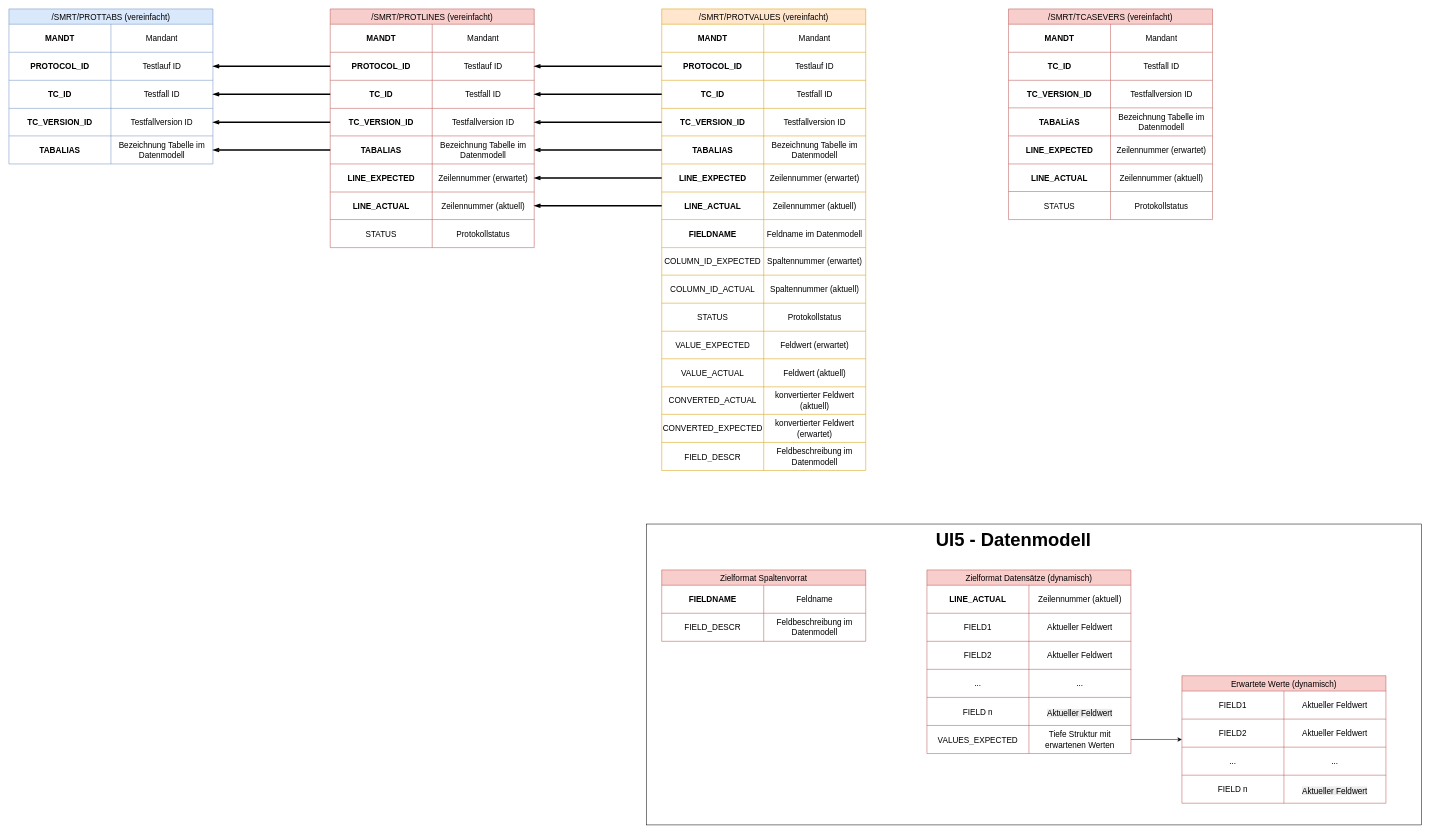
Earlier version of the draw.io diagram Strukturierte Ansicht DatenModell.drawio (Raaphaaa/UI5-Playground). Source tidied: cells renumbered, new cells numbered last; positions are measured from the earlier drawing's top-left corner, leaving out a move shared by most shapes. Both pictures are drawn from the tidied source at 51%, with x=0, y=0 at pixel (9, 9).
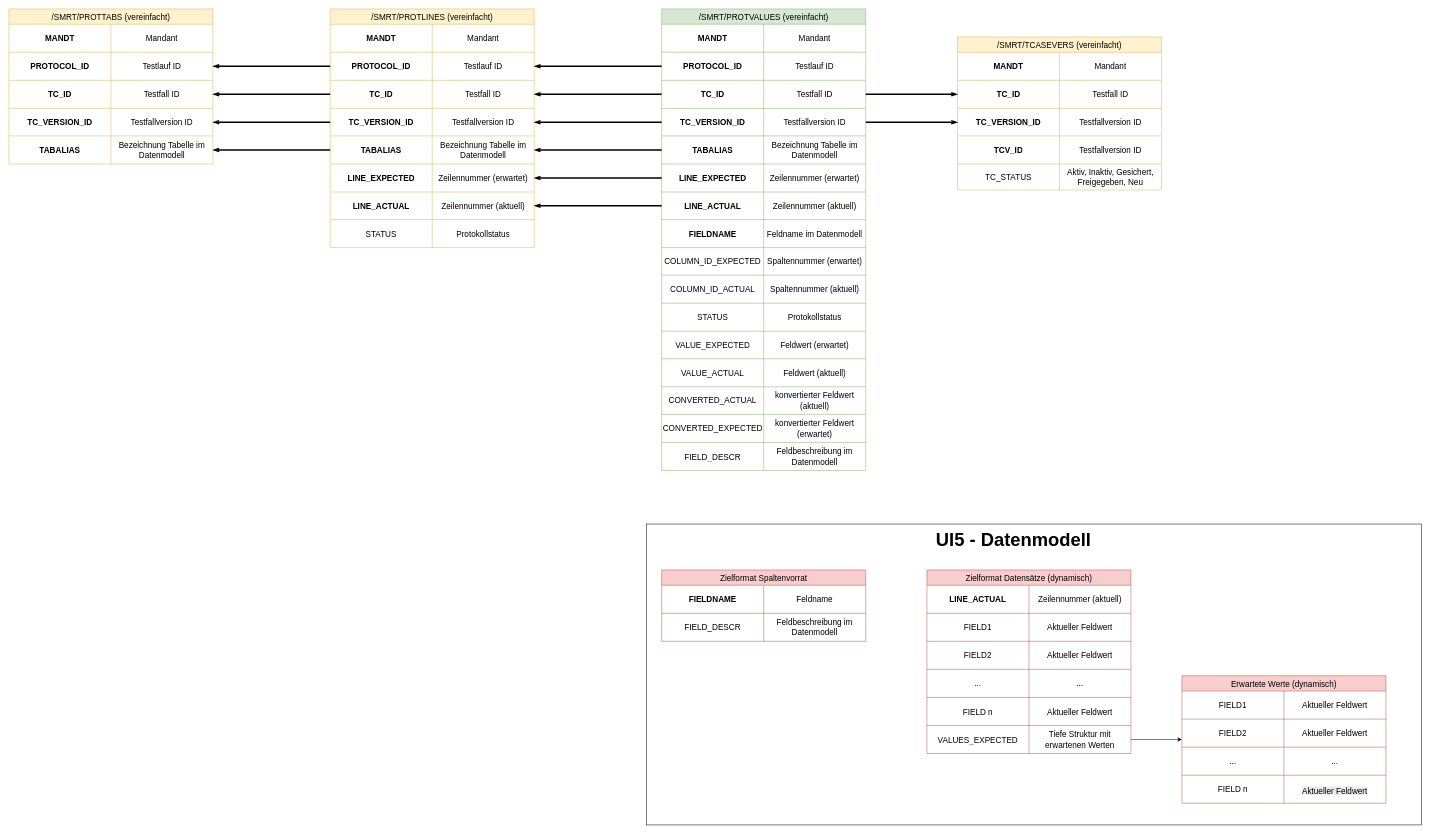
Above is the later version.

The change refers to these unchanged cells:
```xml
<mxCell id="10" style="shape=tableRow;horizontal=0;startSize=0;swimlaneHead=0;swimlaneBody=0;strokeColor=inherit;top=0;left=0;bottom=0;right=0;fillColor=none;points=[[0,0.5],[1,0.5]];portConstraint=eastwest;fontSize=16;" parent="3" vertex="1">
  <mxGeometry y="140" width="400" height="55" as="geometry" />
</mxCell>
<mxCell id="13" style="shape=tableRow;horizontal=0;startSize=0;swimlaneHead=0;swimlaneBody=0;strokeColor=inherit;top=0;left=0;bottom=0;right=0;fillColor=none;points=[[0,0.5],[1,0.5]];portConstraint=eastwest;fontSize=16;" parent="3" vertex="1">
  <mxGeometry y="195" width="400" height="54" as="geometry" />
</mxCell>
<mxCell id="123" style="shape=tableRow;horizontal=0;startSize=0;swimlaneHead=0;swimlaneBody=0;strokeColor=inherit;top=0;left=0;bottom=0;right=0;fillColor=none;fontSize=16;" parent="110" vertex="1">
  <mxGeometry y="250" width="400" height="55" as="geometry" />
</mxCell>
<mxCell id="148" style="shape=tableRow;horizontal=0;startSize=0;swimlaneHead=0;swimlaneBody=0;strokeColor=inherit;top=0;left=0;bottom=0;right=0;fillColor=none;points=[[0,0.5],[1,0.5]];portConstraint=eastwest;fontSize=16;" parent="144" vertex="1">
  <mxGeometry y="85" width="400" height="55" as="geometry" />
</mxCell>
<mxCell id="151" style="shape=tableRow;horizontal=0;startSize=0;swimlaneHead=0;swimlaneBody=0;strokeColor=inherit;top=0;left=0;bottom=0;right=0;fillColor=none;points=[[0,0.5],[1,0.5]];portConstraint=eastwest;fontSize=16;" parent="144" vertex="1">
  <mxGeometry y="140" width="400" height="54" as="geometry" />
</mxCell>
<mxCell id="154" style="shape=tableRow;horizontal=0;startSize=0;swimlaneHead=0;swimlaneBody=0;strokeColor=inherit;top=0;left=0;bottom=0;right=0;fillColor=none;fontSize=16;" parent="144" vertex="1">
  <mxGeometry y="194" width="400" height="55" as="geometry" />
</mxCell>
```

Diff of the diagram source:
```diff
@@
-    <mxCell id="3" value="/SMRT/PROTVALUES (vereinfacht)" style="shape=table;startSize=30;childLayout=tableLayout;strokeColor=#d79b00;fontSize=16;fillColor=#ffe6cc;" parent="1" vertex="1">
+    <mxCell id="3" value="/SMRT/PROTVALUES (vereinfacht)" style="shape=table;startSize=30;childLayout=tableLayout;strokeColor=#82b366;fontSize=16;fillColor=#d5e8d4;" parent="1" vertex="1">
       <mxGeometry x="1280" width="400" height="905" as="geometry" />
     </mxCell>
@@
-    <mxCell id="52" value="/SMRT/PROTLINES (vereinfacht)" style="shape=table;startSize=30;childLayout=tableLayout;strokeColor=#b85450;fontSize=16;fillColor=#f8cecc;" parent="1" vertex="1">
+    <mxCell id="52" value="/SMRT/PROTLINES (vereinfacht)" style="shape=table;startSize=30;childLayout=tableLayout;strokeColor=#d6b656;fontSize=16;fillColor=#fff2cc;" parent="1" vertex="1">
       <mxGeometry x="630" width="400" height="468" as="geometry" />
     </mxCell>
@@
-    <mxCell id="83" value="/SMRT/PROTTABS (vereinfacht)" style="shape=table;startSize=30;childLayout=tableLayout;strokeColor=#6c8ebf;fontSize=16;fillColor=#dae8fc;" parent="1" vertex="1">
+    <mxCell id="83" value="/SMRT/PROTTABS (vereinfacht)" style="shape=table;startSize=30;childLayout=tableLayout;strokeColor=#d6b656;fontSize=16;fillColor=#fff2cc;" parent="1" vertex="1">
       <mxGeometry width="400" height="304" as="geometry" />
     </mxCell>
@@
-    <mxCell id="125" value="&#10;&lt;span style=&quot;color: rgb(0, 0, 0); font-family: Helvetica; font-size: 16px; font-style: normal; font-variant-ligatures: normal; font-variant-caps: normal; font-weight: 400; letter-spacing: normal; orphans: 2; text-align: center; text-indent: 0px; text-transform: none; widows: 2; word-spacing: 0px; -webkit-text-stroke-width: 0px; white-space: normal; background-color: rgb(236, 236, 236); text-decoration-thickness: initial; text-decoration-style: initial; text-decoration-color: initial; display: inline !important; float: none;&quot;&gt;Aktueller Feldwert&lt;/span&gt;&#10;&#10;" style="shape=partialRectangle;html=1;whiteSpace=wrap;strokeColor=inherit;overflow=hidden;fillColor=none;top=0;left=0;bottom=0;right=0;fontSize=16;" parent="123" vertex="1">
+    <mxCell id="125" value="Aktueller Feldwert" style="shape=partialRectangle;html=1;whiteSpace=wrap;strokeColor=inherit;overflow=hidden;fillColor=none;top=0;left=0;bottom=0;right=0;fontSize=16;" parent="123" vertex="1">
       <mxGeometry x="200" width="200" height="55" as="geometry" />
     </mxCell>
@@
-    <mxCell id="144" value="/SMRT/TCASEVERS (vereinfacht)" style="shape=table;startSize=30;childLayout=tableLayout;strokeColor=#b85450;fontSize=16;fillColor=#f8cecc;" parent="1" vertex="1">
-      <mxGeometry x="1960" width="400" height="413" as="geometry" />
+    <mxCell id="144" value="/SMRT/TCASEVERS (vereinfacht)" style="shape=table;startSize=30;childLayout=tableLayout;strokeColor=#d6b656;fontSize=16;fillColor=#fff2cc;" parent="1" vertex="1">
+      <mxGeometry x="1860" y="55" width="400" height="300" as="geometry" />
     </mxCell>
@@
-    <mxCell id="155" value="TABALiAS" style="shape=partialRectangle;html=1;whiteSpace=wrap;strokeColor=inherit;overflow=hidden;fillColor=none;top=0;left=0;bottom=0;right=0;fontSize=16;fontStyle=1;" parent="154" vertex="1">
+    <mxCell id="155" value="TCV_ID" style="shape=partialRectangle;html=1;whiteSpace=wrap;strokeColor=inherit;overflow=hidden;fillColor=none;top=0;left=0;bottom=0;right=0;fontSize=16;fontStyle=1;" parent="154" vertex="1">
       <mxGeometry width="200" height="55" as="geometry" />
     </mxCell>
-    <mxCell id="156" value="Bezeichnung Tabelle im Datenmodell" style="shape=partialRectangle;html=1;whiteSpace=wrap;strokeColor=inherit;overflow=hidden;fillColor=none;top=0;left=0;bottom=0;right=0;fontSize=16;" parent="154" vertex="1">
+    <mxCell id="156" value="Testfallversion ID" style="shape=partialRectangle;html=1;whiteSpace=wrap;strokeColor=inherit;overflow=hidden;fillColor=none;top=0;left=0;bottom=0;right=0;fontSize=16;" parent="154" vertex="1">
       <mxGeometry x="200" width="200" height="55" as="geometry" />
     </mxCell>
     <mxCell id="157" style="shape=tableRow;horizontal=0;startSize=0;swimlaneHead=0;swimlaneBody=0;strokeColor=inherit;top=0;left=0;bottom=0;right=0;fillColor=none;fontSize=16;" parent="144" vertex="1">
-      <mxGeometry y="249" width="400" height="55" as="geometry" />
+      <mxGeometry y="249" width="400" height="51" as="geometry" />
     </mxCell>
-    <mxCell id="158" value="LINE_EXPECTED" style="shape=partialRectangle;html=1;whiteSpace=wrap;strokeColor=inherit;overflow=hidden;fillColor=none;top=0;left=0;bottom=0;right=0;fontSize=16;fontStyle=1;" parent="157" vertex="1">
-      <mxGeometry width="200" height="55" as="geometry" />
+    <mxCell id="158" value="TC_STATUS" style="shape=partialRectangle;html=1;whiteSpace=wrap;strokeColor=inherit;overflow=hidden;fillColor=none;top=0;left=0;bottom=0;right=0;fontSize=16;fontStyle=0;" parent="157" vertex="1">
+      <mxGeometry width="200" height="51" as="geometry" />
     </mxCell>
-    <mxCell id="159" value="Zeilennummer (erwartet)" style="shape=partialRectangle;html=1;whiteSpace=wrap;strokeColor=inherit;overflow=hidden;fillColor=none;top=0;left=0;bottom=0;right=0;fontSize=16;" parent="157" vertex="1">
-      <mxGeometry x="200" width="200" height="55" as="geometry" />
+    <mxCell id="159" value="Aktiv, Inaktiv, Gesichert, Freigegeben, Neu" style="shape=partialRectangle;html=1;whiteSpace=wrap;strokeColor=inherit;overflow=hidden;fillColor=none;top=0;left=0;bottom=0;right=0;fontSize=16;" parent="157" vertex="1">
+      <mxGeometry x="200" width="200" height="51" as="geometry" />
     </mxCell>
-    <mxCell id="160" style="shape=tableRow;horizontal=0;startSize=0;swimlaneHead=0;swimlaneBody=0;strokeColor=inherit;top=0;left=0;bottom=0;right=0;fillColor=none;fontSize=16;" parent="144" vertex="1">
-      <mxGeometry y="304" width="400" height="54" as="geometry" />
-    </mxCell>
-    <mxCell id="161" value="LINE_ACTUAL" style="shape=partialRectangle;html=1;whiteSpace=wrap;strokeColor=inherit;overflow=hidden;fillColor=none;top=0;left=0;bottom=0;right=0;fontSize=16;fontStyle=1;" parent="160" vertex="1">
-      <mxGeometry width="200" height="54" as="geometry" />
-    </mxCell>
-    <mxCell id="162" value="Zeilennummer (aktuell)" style="shape=partialRectangle;html=1;whiteSpace=wrap;strokeColor=inherit;overflow=hidden;fillColor=none;top=0;left=0;bottom=0;right=0;fontSize=16;" parent="160" vertex="1">
-      <mxGeometry x="200" width="200" height="54" as="geometry" />
-    </mxCell>
-    <mxCell id="163" style="shape=tableRow;horizontal=0;startSize=0;swimlaneHead=0;swimlaneBody=0;strokeColor=inherit;top=0;left=0;bottom=0;right=0;fillColor=none;fontSize=16;" parent="144" vertex="1">
-      <mxGeometry y="358" width="400" height="55" as="geometry" />
-    </mxCell>
-    <mxCell id="164" value="STATUS" style="shape=partialRectangle;html=1;whiteSpace=wrap;strokeColor=inherit;overflow=hidden;fillColor=none;top=0;left=0;bottom=0;right=0;fontSize=16;" parent="163" vertex="1">
-      <mxGeometry width="200" height="55" as="geometry" />
-    </mxCell>
-    <mxCell id="165" value="Protokollstatus" style="shape=partialRectangle;html=1;whiteSpace=wrap;strokeColor=inherit;overflow=hidden;fillColor=none;top=0;left=0;bottom=0;right=0;fontSize=16;" parent="163" vertex="1">
-      <mxGeometry x="200" width="200" height="55" as="geometry" />
-    </mxCell>
+    <mxCell id="166" style="edgeStyle=orthogonalEdgeStyle;rounded=1;jettySize=auto;html=1;strokeColor=default;strokeWidth=3;align=center;verticalAlign=middle;fontFamily=Helvetica;fontSize=11;fontColor=default;labelBackgroundColor=default;endArrow=openThin;endFill=0;curved=0;" parent="1" edge="1" source="10" target="148">
+      <mxGeometry relative="1" as="geometry" />
+    </mxCell>
+    <mxCell id="167" style="edgeStyle=orthogonalEdgeStyle;rounded=1;jettySize=auto;html=1;strokeColor=default;strokeWidth=3;align=center;verticalAlign=middle;fontFamily=Helvetica;fontSize=11;fontColor=default;labelBackgroundColor=default;endArrow=openThin;endFill=0;curved=0;" parent="1" edge="1" source="13" target="151">
+      <mxGeometry relative="1" as="geometry" />
+    </mxCell>
```
